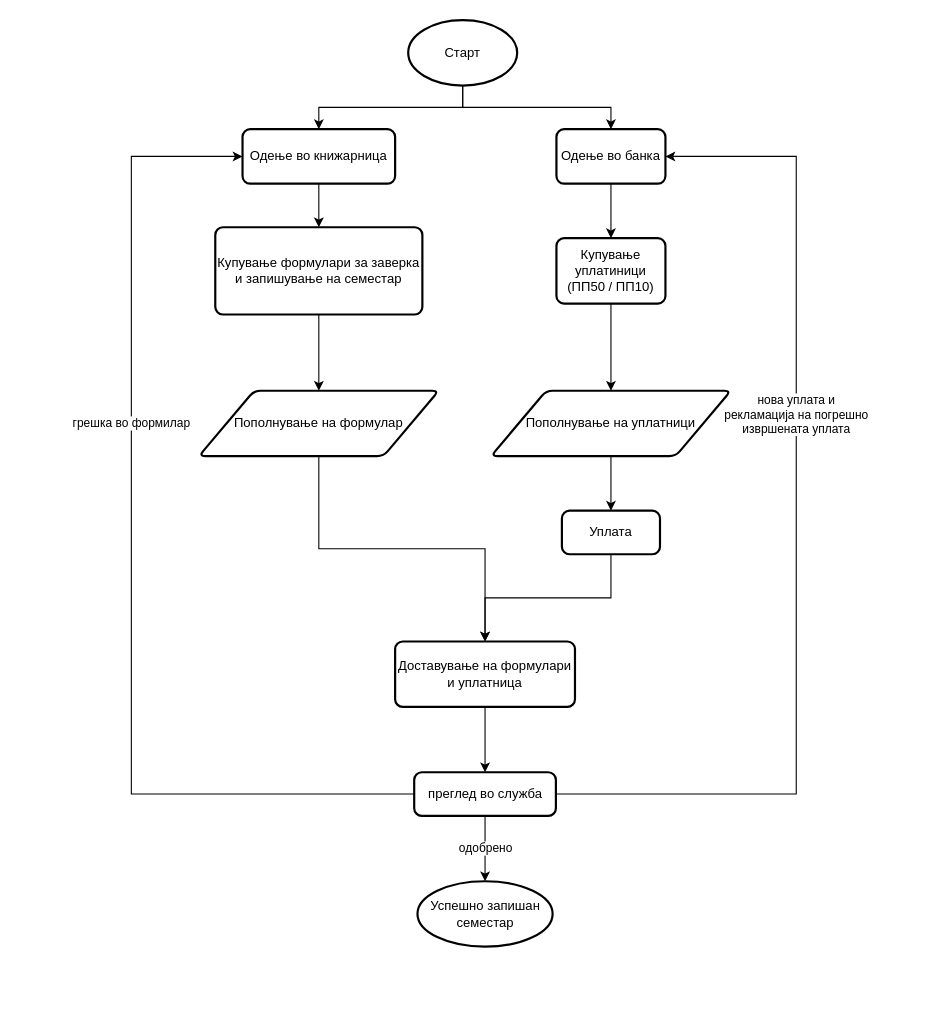
Above: semestar.drawio in Stefan1106/zapisuvanje_semestar (draw.io), before the change. Source tidied: cells renumbered, new cells numbered last; positions are measured from the earlier drawing's top-left corner, leaving out a move shared by most shapes. Both pictures are drawn from the tidied source at 109%, with x=0, y=0 at pixel (131, 20).
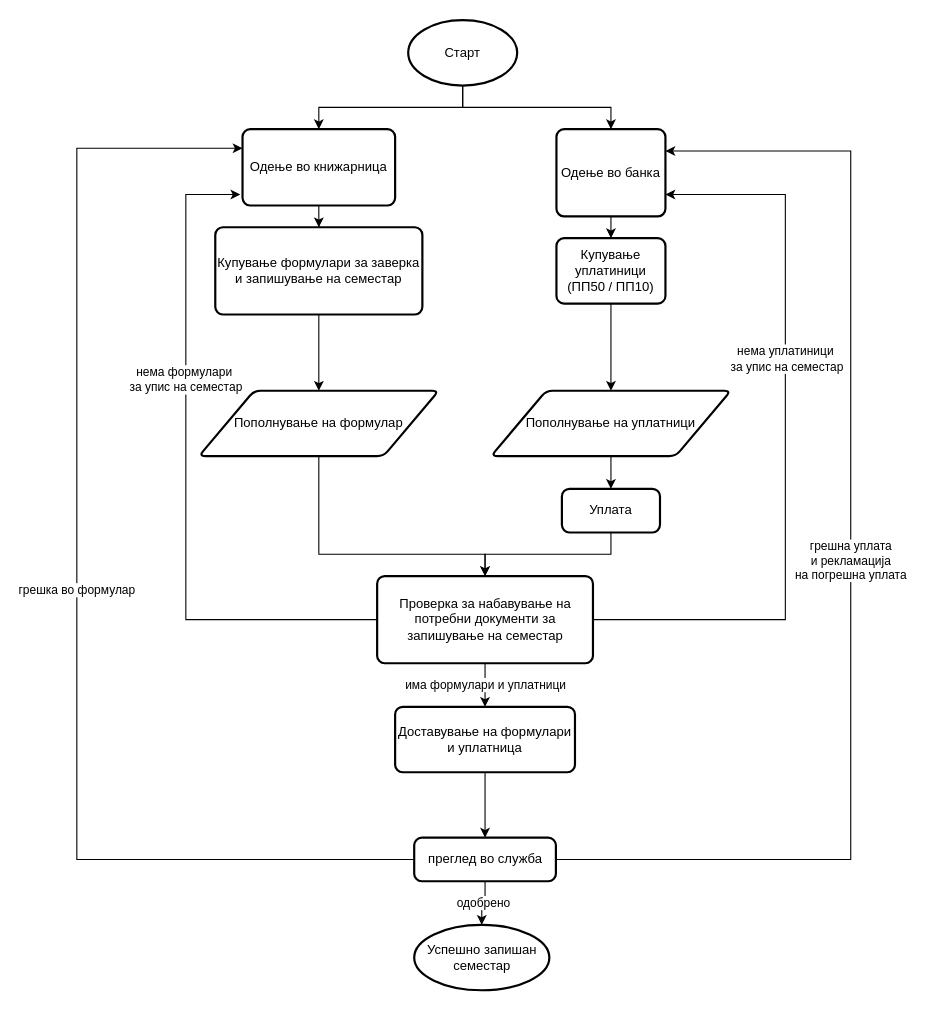
Above is the later version.

Unchanged cells that the change refers to:
```xml
<mxCell id="8" value="Пополнување на формулар" style="shape=parallelogram;html=1;strokeWidth=2;perimeter=parallelogramPerimeter;whiteSpace=wrap;rounded=1;arcSize=12;size=0.23;" parent="1" vertex="1">
  <mxGeometry x="62" y="340" width="220" height="60" as="geometry" />
</mxCell>
```

Change to the diagram source:
```diff
@@
-    <mxCell id="7" style="edgeStyle=orthogonalEdgeStyle;rounded=0;jettySize=auto;html=1;exitX=0.5;exitY=1;exitDx=0;exitDy=0;entryX=0.5;entryY=0;entryDx=0;entryDy=0;" parent="1" edge="1" source="8" target="12">
-      <mxGeometry relative="1" as="geometry" />
-    </mxCell>
+    <mxCell id="26" style="edgeStyle=orthogonalEdgeStyle;rounded=0;jettySize=auto;html=1;exitX=0.5;exitY=1;exitDx=0;exitDy=0;entryX=0.5;entryY=0;entryDx=0;entryDy=0;" parent="1" edge="1" source="8" target="31">
+      <mxGeometry relative="1" as="geometry">
+        <Array as="points">
+          <mxPoint x="172" y="490" />
+          <mxPoint x="325" y="490" />
+        </Array>
+      </mxGeometry>
+    </mxCell>
@@
-    <mxCell id="9" style="edgeStyle=orthogonalEdgeStyle;rounded=0;jettySize=auto;html=1;" parent="1" edge="1" source="10" target="12">
-      <mxGeometry relative="1" as="geometry" />
-    </mxCell>
+    <mxCell id="27" style="edgeStyle=orthogonalEdgeStyle;rounded=0;jettySize=auto;html=1;exitX=0.5;exitY=1;exitDx=0;exitDy=0;entryX=0.5;entryY=0;entryDx=0;entryDy=0;" parent="1" edge="1" source="10" target="31">
+      <mxGeometry relative="1" as="geometry" />
+    </mxCell>
     <mxCell id="10" value="Уплата" style="rounded=1;whiteSpace=wrap;html=1;absoluteArcSize=1;arcSize=14;strokeWidth=2;" parent="1" vertex="1">
-      <mxGeometry x="395" y="450" width="90" height="40" as="geometry" />
+      <mxGeometry x="395" y="430" width="90" height="40" as="geometry" />
     </mxCell>
@@
     <mxCell id="12" value="Доставување на формулари и уплатница" style="rounded=1;whiteSpace=wrap;html=1;absoluteArcSize=1;arcSize=14;strokeWidth=2;" parent="1" vertex="1">
-      <mxGeometry x="242" y="570" width="165" height="60" as="geometry" />
+      <mxGeometry x="242" y="630" width="165" height="60" as="geometry" />
     </mxCell>
@@
-    <mxCell id="14" value="нова уплата и&lt;div&gt;&amp;nbsp;рекламација на погрешно&amp;nbsp;&lt;/div&gt;&lt;div&gt;извршената уплата&lt;/div&gt;" style="edgeStyle=orthogonalEdgeStyle;rounded=0;jettySize=auto;html=1;exitX=1;exitY=0.5;exitDx=0;exitDy=0;entryX=1;entryY=0.5;entryDx=0;entryDy=0;" parent="1" edge="1" source="16" target="21">
-      <mxGeometry x="0.23" relative="1" as="geometry">
+    <mxCell id="14" value="грешна уплата&lt;div&gt;&amp;nbsp;и рекламација&amp;nbsp;&lt;/div&gt;&lt;div&gt;на погрешна уплата&lt;/div&gt;" style="edgeStyle=orthogonalEdgeStyle;rounded=0;jettySize=auto;html=1;exitX=1;exitY=0.5;exitDx=0;exitDy=0;entryX=1;entryY=0.25;entryDx=0;entryDy=0;" parent="1" edge="1" source="16" target="21">
+      <mxGeometry relative="1" as="geometry">
         <Array as="points">
-          <mxPoint x="610" y="710" />
-          <mxPoint x="610" y="125" />
+          <mxPoint x="660" y="770" />
+          <mxPoint x="660" y="120" />
         </Array>
       </mxGeometry>
     </mxCell>
-    <mxCell id="15" value="грешка во формилар" style="edgeStyle=orthogonalEdgeStyle;rounded=0;jettySize=auto;html=1;exitX=0;exitY=0.5;exitDx=0;exitDy=0;entryX=0;entryY=0.5;entryDx=0;entryDy=0;" parent="1" edge="1" source="16" target="19">
-      <mxGeometry x="0.27" relative="1" as="geometry">
+    <mxCell id="15" value="грешка во формулар" style="edgeStyle=orthogonalEdgeStyle;rounded=0;jettySize=auto;html=1;exitX=0;exitY=0.5;exitDx=0;exitDy=0;entryX=0;entryY=0.25;entryDx=0;entryDy=0;" parent="1" edge="1" source="16" target="19">
+      <mxGeometry relative="1" as="geometry">
         <Array as="points">
-          <mxPoint y="710" />
-          <mxPoint y="125" />
+          <mxPoint x="-50" y="770" />
+          <mxPoint x="-50" y="118" />
         </Array>
-        <mxPoint y="1" as="offset" />
       </mxGeometry>
     </mxCell>
     <mxCell id="16" value="преглед во служба" style="rounded=1;whiteSpace=wrap;html=1;absoluteArcSize=1;arcSize=14;strokeWidth=2;" parent="1" vertex="1">
-      <mxGeometry x="259.5" y="690" width="130" height="40" as="geometry" />
+      <mxGeometry x="259.5" y="750" width="130" height="40" as="geometry" />
     </mxCell>
     <mxCell id="17" value="Успешно запишан семестар" style="strokeWidth=2;html=1;shape=mxgraph.flowchart.start_1;whiteSpace=wrap;" parent="1" vertex="1">
-      <mxGeometry x="262.5" y="790" width="124" height="60" as="geometry" />
+      <mxGeometry x="259.5" y="830" width="124" height="60" as="geometry" />
     </mxCell>
@@
     <mxCell id="19" value="Одење во книжарница" style="rounded=1;whiteSpace=wrap;html=1;absoluteArcSize=1;arcSize=14;strokeWidth=2;" parent="1" vertex="1">
-      <mxGeometry x="102" y="100" width="140" height="50" as="geometry" />
+      <mxGeometry x="102" y="100" width="140" height="70" as="geometry" />
     </mxCell>
@@
     <mxCell id="21" value="Одење во банка" style="rounded=1;whiteSpace=wrap;html=1;absoluteArcSize=1;arcSize=14;strokeWidth=2;" parent="1" vertex="1">
-      <mxGeometry x="390" y="100" width="100" height="50" as="geometry" />
+      <mxGeometry x="390" y="100" width="100" height="80" as="geometry" />
     </mxCell>
@@
+    <mxCell id="28" value="има формулари и уплатници" style="edgeStyle=orthogonalEdgeStyle;rounded=0;jettySize=auto;html=1;" parent="1" edge="1" source="31" target="12">
+      <mxGeometry relative="1" as="geometry" />
+    </mxCell>
+    <mxCell id="29" value="нема уплатиници&lt;div&gt;&amp;nbsp;за упис на семестар&lt;/div&gt;" style="edgeStyle=orthogonalEdgeStyle;rounded=0;jettySize=auto;html=1;exitX=1;exitY=0.5;exitDx=0;exitDy=0;entryX=1;entryY=0.75;entryDx=0;entryDy=0;" parent="1" edge="1" source="31" target="21">
+      <mxGeometry x="0.23" relative="1" as="geometry">
+        <Array as="points">
+          <mxPoint x="600" y="550" />
+          <mxPoint x="600" y="160" />
+        </Array>
+      </mxGeometry>
+    </mxCell>
+    <mxCell id="30" value="нема формулари&amp;nbsp;&lt;div&gt;за упис на семестар&lt;/div&gt;" style="edgeStyle=orthogonalEdgeStyle;rounded=0;jettySize=auto;html=1;exitX=0;exitY=0.5;exitDx=0;exitDy=0;" parent="1" edge="1" source="31">
+      <mxGeometry x="0.29" relative="1" as="geometry">
+        <mxPoint x="100" y="160" as="targetPoint" />
+        <Array as="points">
+          <mxPoint x="50" y="550" />
+          <mxPoint x="50" y="160" />
+        </Array>
+        <mxPoint y="1" as="offset" />
+      </mxGeometry>
+    </mxCell>
+    <mxCell id="31" value="Проверка за набавување на потребни документи за запишување на семестар" style="rounded=1;whiteSpace=wrap;html=1;absoluteArcSize=1;arcSize=14;strokeWidth=2;" parent="1" vertex="1">
+      <mxGeometry x="225.5" y="510" width="198" height="80" as="geometry" />
+    </mxCell>
```
